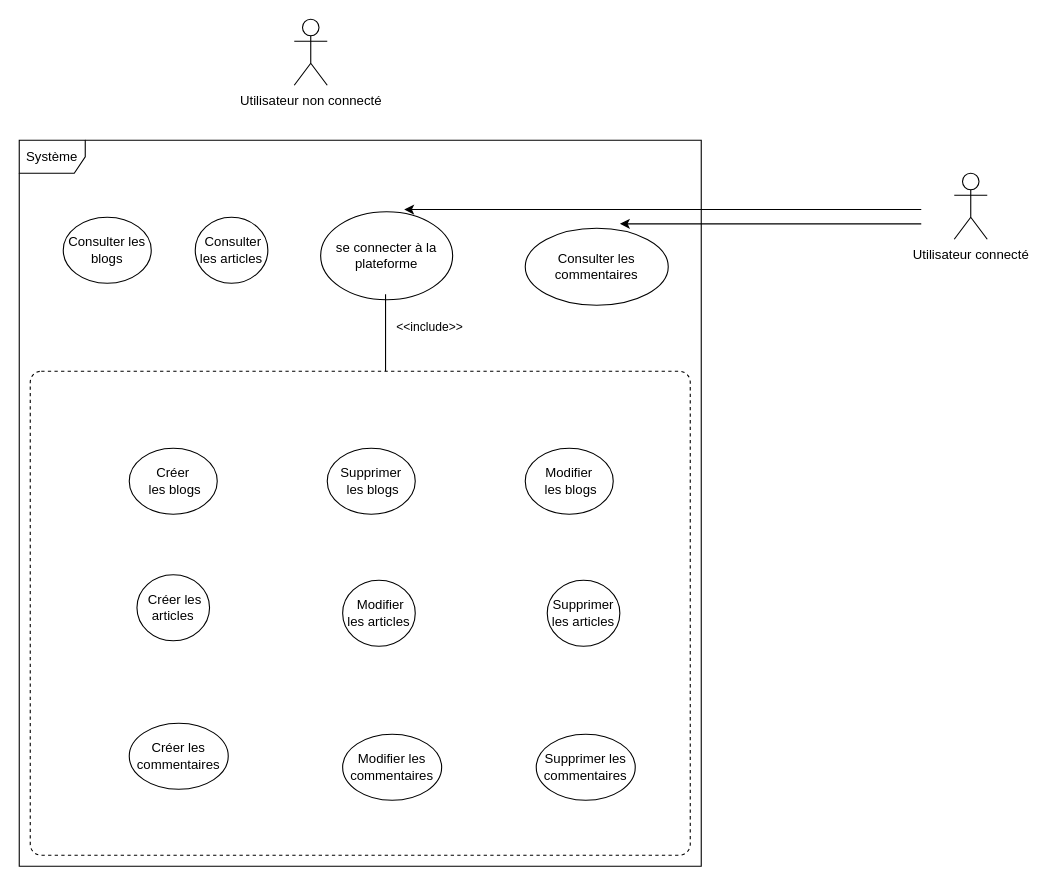
Ali0908/BDD_UML keeps this draw.io diagram as page "Page-3" (3 of 3) of Diagramme sans nom.drawio. Above is the earlier version. Source tidied: cells renumbered, new cells numbered last; positions are measured from the earlier drawing's top-left corner, leaving out a move shared by most shapes. Both pictures are drawn from the tidied source at 110%, with x=0, y=0 at pixel (19, 19).
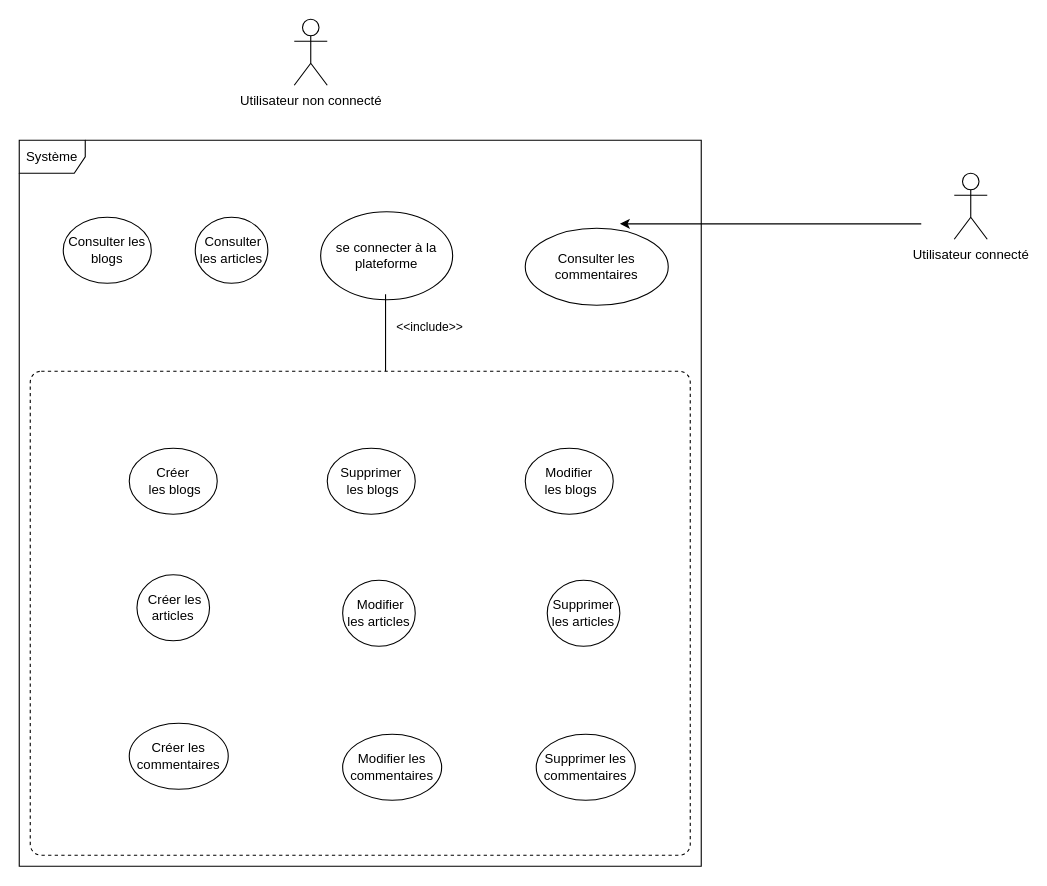
Above is the later version.

Commit message:
Mettre à jour Diagramme sans nom.drawio

Unchanged cells that the change refers to:
```xml
<mxCell id="10" value="se connecter à la plateforme" style="ellipse;whiteSpace=wrap;html=1;" parent="1" vertex="1">
  <mxGeometry x="274" y="175" width="120" height="80" as="geometry" />
</mxCell>
```

What changed in the source:
```diff
@@
-    <mxCell id="21" style="edgeStyle=orthogonalEdgeStyle;rounded=0;jettySize=auto;html=1;entryX=0.633;entryY=-0.025;entryDx=0;entryDy=0;entryPerimeter=0;" parent="1" edge="1" target="10">
-      <mxGeometry relative="1" as="geometry">
-        <mxPoint x="820" y="173" as="sourcePoint" />
-        <Array as="points">
-          <mxPoint x="700" y="173" />
-          <mxPoint x="700" y="173" />
-        </Array>
-      </mxGeometry>
-    </mxCell>
```
